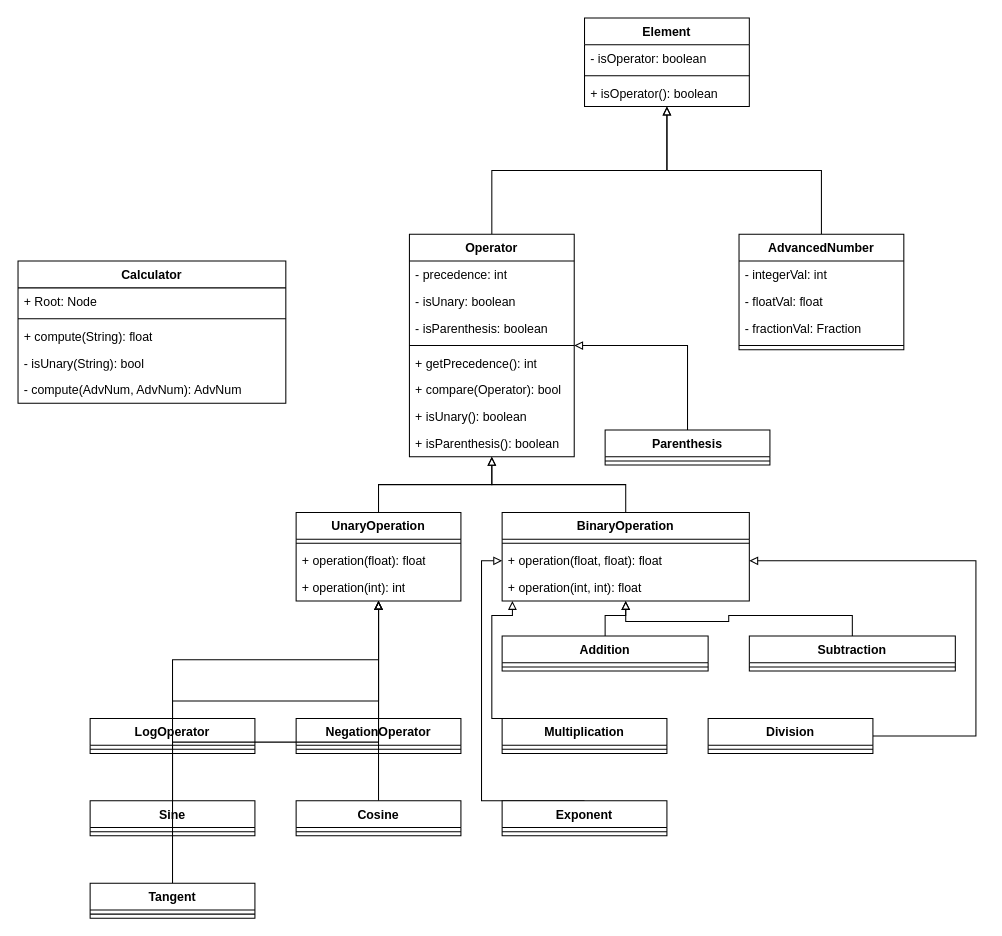
Above: UML diagram.drawio in softpotato/simple-calculator-application-java (draw.io), before the change. Source tidied: cells renumbered, new cells numbered last; positions are measured from the earlier drawing's top-left corner, leaving out a move shared by most shapes. Both pictures are drawn from the tidied source at 103%, with x=0, y=0 at pixel (18, 18).
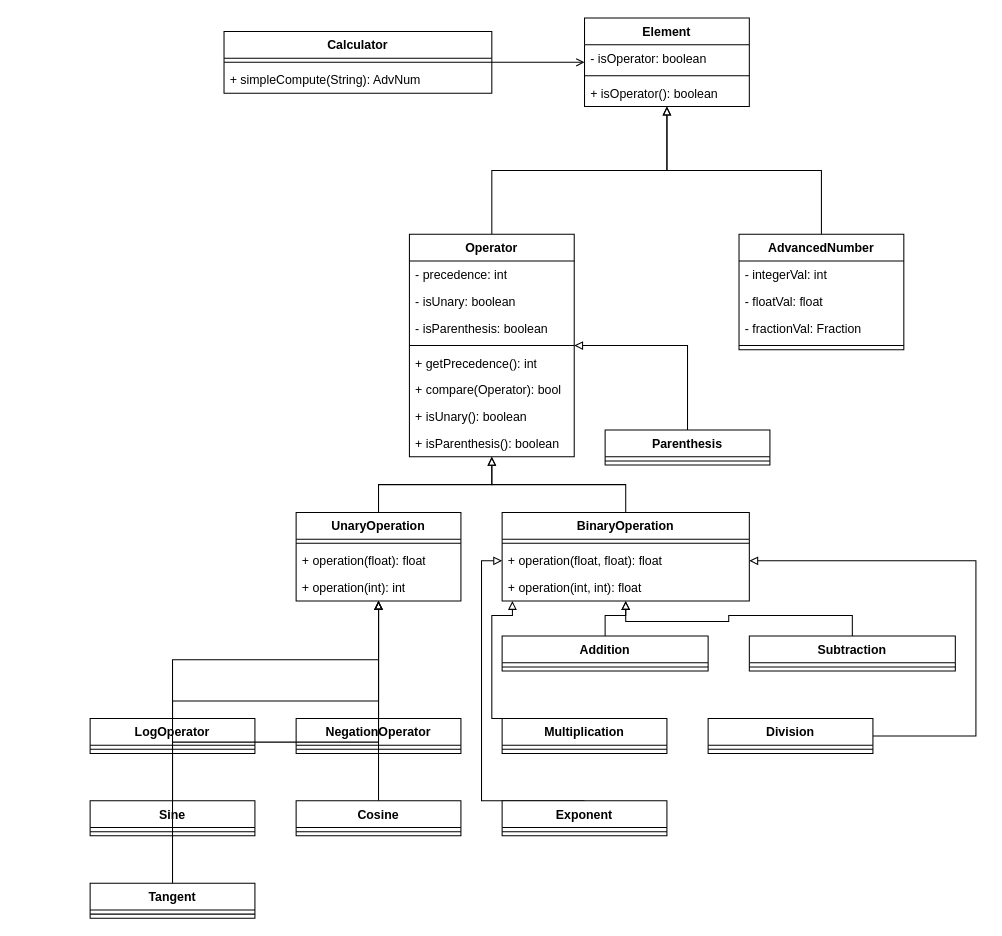
The same page after the edit.

The change refers to these unchanged cells:
```xml
<mxCell id="64" value="Element" style="swimlane;fontStyle=1;align=center;verticalAlign=top;horizontal=1;startSize=26;whiteSpace=wrap;html=1;" parent="1" vertex="1">
  <mxGeometry x="550" width="160" height="86" as="geometry" />
</mxCell>
```

The edit, as a diff of the source:
```diff
@@
+    <mxCell id="71" style="edgeStyle=orthogonalEdgeStyle;rounded=0;jettySize=auto;html=1;startArrow=none;startFill=0;endArrow=open;endFill=0;" parent="1" edge="1" source="2" target="64">
+      <mxGeometry relative="1" as="geometry" />
+    </mxCell>
     <mxCell id="2" value="Calculator" style="swimlane;fontStyle=1;align=center;verticalAlign=top;horizontal=1;startSize=26;whiteSpace=wrap;html=1;" parent="1" vertex="1">
-      <mxGeometry y="236" width="260" height="138" as="geometry" />
+      <mxGeometry x="200" y="13" width="260" height="60" as="geometry" />
     </mxCell>
-    <mxCell id="3" value="+ Root: Node" style="text;strokeColor=none;fillColor=none;align=left;verticalAlign=top;spacingLeft=4;spacingRight=4;overflow=hidden;whiteSpace=wrap;html=1;" parent="2" vertex="1">
-      <mxGeometry y="26" width="260" height="26" as="geometry" />
-    </mxCell>
     <mxCell id="4" style="line;strokeWidth=1;fillColor=none;align=left;verticalAlign=middle;spacingTop=-1;spacingLeft=3;spacingRight=3;labelPosition=right;strokeColor=inherit;" parent="2" vertex="1">
-      <mxGeometry y="52" width="260" height="8" as="geometry" />
+      <mxGeometry y="26" width="260" height="8" as="geometry" />
     </mxCell>
-    <mxCell id="5" value="+ compute(String): float" style="text;strokeColor=none;fillColor=none;align=left;verticalAlign=top;spacingLeft=4;spacingRight=4;overflow=hidden;whiteSpace=wrap;html=1;" parent="2" vertex="1">
-      <mxGeometry y="60" width="260" height="26" as="geometry" />
-    </mxCell>
-    <mxCell id="6" value="- isUnary(String): bool" style="text;strokeColor=none;fillColor=none;align=left;verticalAlign=top;spacingLeft=4;spacingRight=4;overflow=hidden;whiteSpace=wrap;html=1;" parent="2" vertex="1">
-      <mxGeometry y="86" width="260" height="26" as="geometry" />
-    </mxCell>
-    <mxCell id="7" value="- compute(AdvNum, AdvNum): AdvNum" style="text;strokeColor=none;fillColor=none;align=left;verticalAlign=top;spacingLeft=4;spacingRight=4;overflow=hidden;whiteSpace=wrap;html=1;" parent="2" vertex="1">
-      <mxGeometry y="112" width="260" height="26" as="geometry" />
-    </mxCell>
+    <mxCell id="72" value="+ simpleCompute(String): AdvNum" style="text;strokeColor=none;fillColor=none;align=left;verticalAlign=top;spacingLeft=4;spacingRight=4;overflow=hidden;whiteSpace=wrap;html=1;" parent="2" vertex="1">
+      <mxGeometry y="34" width="260" height="26" as="geometry" />
+    </mxCell>
```
